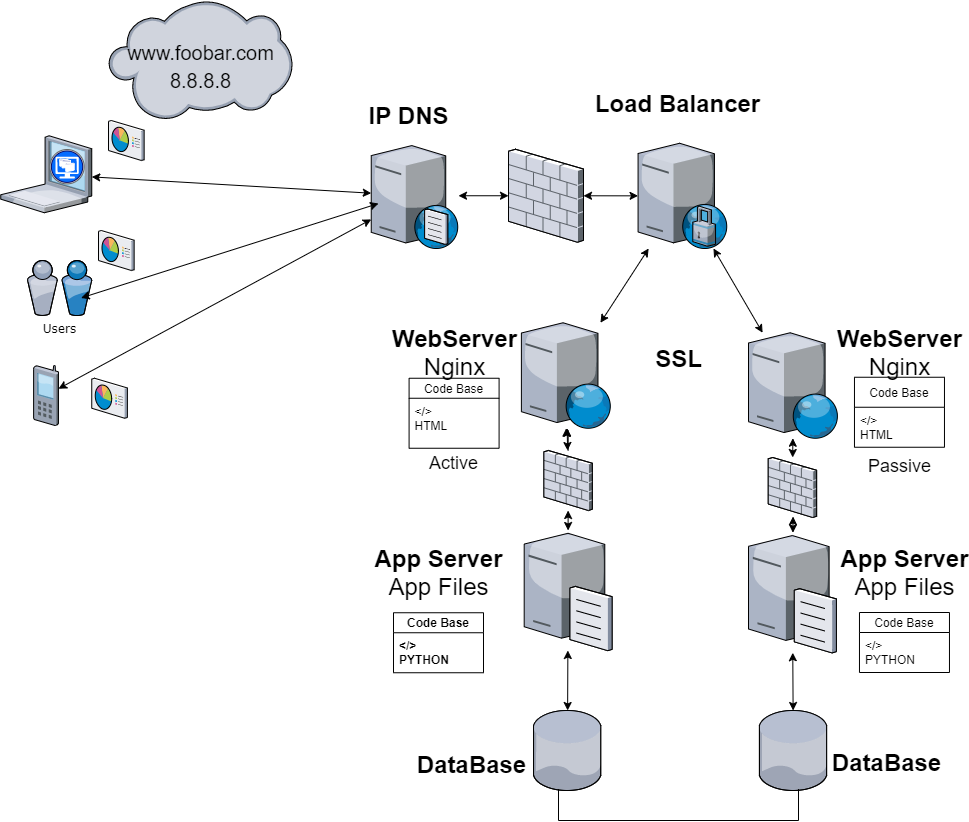
This is 0x09-web_infrastructure_design/2-secured_and_monitored_web_infrastructure.png from Leidysalda/holberton-system_engineering-devops, a draw.io export, as it was before one commit. Source tidied: cells renumbered, new cells last; positions are measured from the earlier drawing's top-left corner, leaving out a move shared by most shapes.
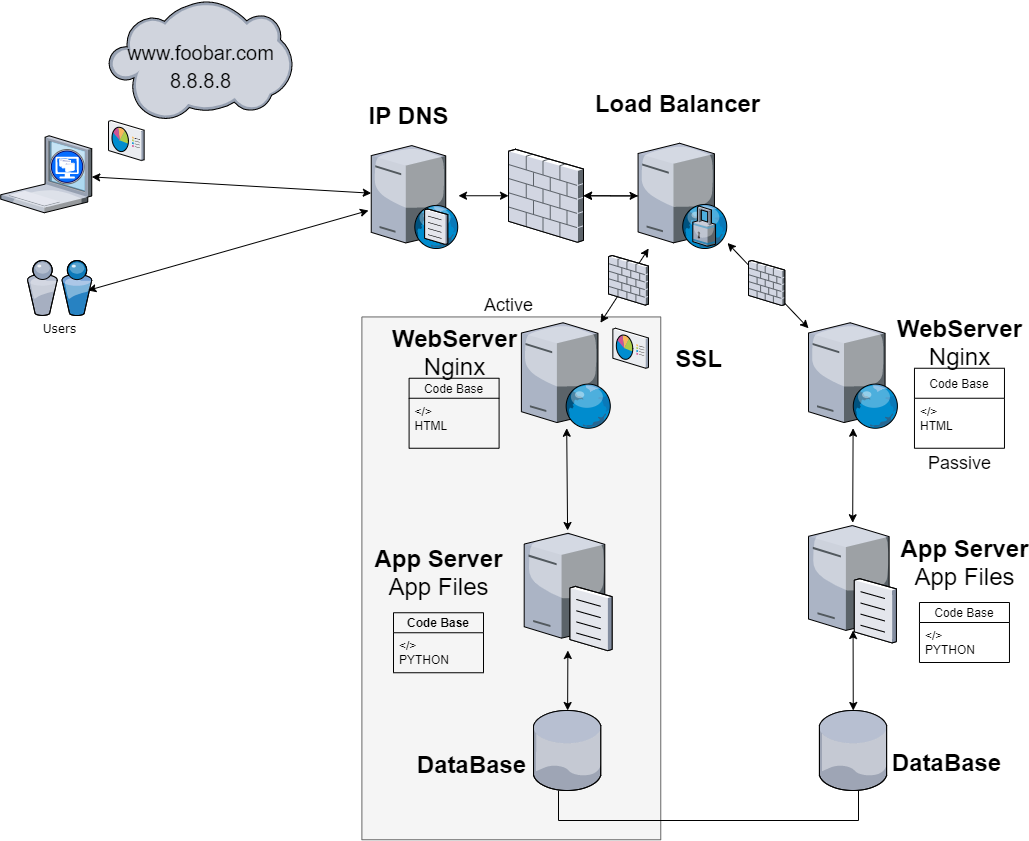
The same file after the commit.

Diff of the diagram source:
```diff
@@ -2,6 +2,9 @@
   <root>
     <mxCell id="0" />
     <mxCell id="1" parent="0" />
+    <mxCell id="55" style="rounded=0;whiteSpace=wrap;html=1;rotation=90;strokeColor=#666666;fillColor=#f5f5f5;fontColor=#333333;" parent="1" vertex="1">
+      <mxGeometry x="249.4" y="428.4" width="522.8" height="298.9" as="geometry" />
+    </mxCell>
     <mxCell id="2" value="Users" style="verticalLabelPosition=bottom;html=1;verticalAlign=top;strokeColor=none;shape=mxgraph.citrix.users;rounded=0;shadow=0;comic=0;fontFamily=Verdana;" parent="1" vertex="1">
       <mxGeometry x="26.8" y="260" width="64.5" height="55" as="geometry" />
     </mxCell>
@@ -36,134 +39,119 @@
       <mxGeometry x="403.6" y="332.2" width="100" height="40" as="geometry" />
     </mxCell>
     <mxCell id="13" style="verticalLabelPosition=bottom;html=1;verticalAlign=top;strokeColor=none;align=center;outlineConnect=0;shape=mxgraph.citrix.web_server;fontColor=none;" parent="1" vertex="1">
-      <mxGeometry x="748" y="332.2" width="89.7" height="105.5" as="geometry" />
+      <mxGeometry x="808" y="322.2" width="89.7" height="105.5" as="geometry" />
     </mxCell>
     <mxCell id="14" value="&lt;span style=&quot;font-weight: normal&quot;&gt;&lt;font style=&quot;font-size: 20px&quot;&gt;www.foobar.com&lt;br&gt;8.8.8.8&lt;br&gt;&lt;/font&gt;&lt;/span&gt;" style="text;strokeColor=none;fillColor=none;html=1;fontSize=24;fontStyle=1;verticalAlign=middle;align=center;" parent="1" vertex="1">
       <mxGeometry x="149.9" y="32.8" width="100" height="64.5" as="geometry" />
     </mxCell>
     <mxCell id="15" value="&lt;font style=&quot;font-weight: normal ; font-size: 18px&quot;&gt;Passive&lt;/font&gt;" style="text;strokeColor=none;fillColor=none;html=1;fontSize=24;fontStyle=1;verticalAlign=middle;align=center;" parent="1" vertex="1">
-      <mxGeometry x="849" y="442.8" width="100" height="40" as="geometry" />
+      <mxGeometry x="909" y="439.8" width="100" height="40" as="geometry" />
     </mxCell>
     <mxCell id="16" style="endArrow=classic;startArrow=classic;html=1;" parent="1" edge="1" source="44" target="20">
       <mxGeometry relative="1" as="geometry" />
     </mxCell>
     <mxCell id="17" value="WebServer&lt;br&gt;&lt;span style=&quot;font-weight: normal&quot;&gt;Nginx&lt;/span&gt;" style="text;strokeColor=none;fillColor=none;html=1;fontSize=24;fontStyle=1;verticalAlign=middle;align=center;" parent="1" vertex="1">
-      <mxGeometry x="849" y="332.2" width="100" height="40" as="geometry" />
+      <mxGeometry x="909" y="322.2" width="100" height="40" as="geometry" />
     </mxCell>
     <mxCell id="18" style="verticalLabelPosition=bottom;html=1;verticalAlign=top;strokeColor=none;align=center;outlineConnect=0;shape=mxgraph.citrix.file_server;fontColor=none;" parent="1" vertex="1">
-      <mxGeometry x="748" y="532.2" width="87.8" height="120" as="geometry" />
+      <mxGeometry x="808" y="522.2" width="87.8" height="120" as="geometry" />
     </mxCell>
     <mxCell id="19" value="App Server&lt;span style=&quot;font-weight: normal&quot;&gt;&lt;br&gt;App Files&lt;/span&gt;" style="text;strokeColor=none;fillColor=none;html=1;fontSize=24;fontStyle=1;verticalAlign=middle;align=center;" parent="1" vertex="1">
-      <mxGeometry x="854" y="552.2" width="100" height="40" as="geometry" />
+      <mxGeometry x="914" y="542.2" width="100" height="40" as="geometry" />
     </mxCell>
+    <mxCell id="56" style="edgeStyle=orthogonalEdgeStyle;rounded=0;jettySize=auto;html=1;" parent="1" edge="1" source="20" target="44">
+      <mxGeometry relative="1" as="geometry" />
+    </mxCell>
     <mxCell id="20" style="verticalLabelPosition=bottom;html=1;verticalAlign=top;strokeColor=none;align=center;outlineConnect=0;shape=mxgraph.citrix.proxy_server;" parent="1" vertex="1">
       <mxGeometry x="637.6" y="142.8" width="89.5" height="105.2" as="geometry" />
     </mxCell>
-    <mxCell id="21" style="endArrow=classic;startArrow=classic;html=1;" parent="1" edge="1" source="13" target="20">
-      <mxGeometry relative="1" as="geometry" />
-    </mxCell>
-    <mxCell id="22" style="endArrow=classic;startArrow=classic;html=1;" parent="1" edge="1" source="4" target="20">
-      <mxGeometry relative="1" as="geometry" />
-    </mxCell>
     <mxCell id="23" value="Load Balancer" style="text;strokeColor=none;fillColor=none;html=1;fontSize=24;fontStyle=1;verticalAlign=middle;align=center;" parent="1" vertex="1">
       <mxGeometry x="627" y="83" width="100" height="40" as="geometry" />
     </mxCell>
-    <mxCell id="24" style="endArrow=classic;startArrow=classic;html=1;" parent="1" edge="1" source="41" target="4">
-      <mxGeometry relative="1" as="geometry" />
-    </mxCell>
-    <mxCell id="25" style="endArrow=classic;startArrow=classic;html=1;" parent="1" edge="1" source="46" target="13">
+    <mxCell id="25" style="endArrow=classic;startArrow=classic;html=1;" parent="1" edge="1" source="18" target="13">
       <mxGeometry relative="1" as="geometry" />
     </mxCell>
     <mxCell id="26" style="verticalLabelPosition=bottom;html=1;verticalAlign=top;strokeColor=none;align=center;outlineConnect=0;shape=mxgraph.citrix.database;fontColor=none;" parent="1" vertex="1">
-      <mxGeometry x="758.8" y="710" width="68" height="80" as="geometry" />
+      <mxGeometry x="818.8" y="710" width="68" height="80" as="geometry" />
     </mxCell>
     <mxCell id="27" value="DataBase" style="text;strokeColor=none;fillColor=none;html=1;fontSize=24;fontStyle=1;verticalAlign=middle;align=center;" parent="1" vertex="1">
-      <mxGeometry x="835.8" y="742" width="100" height="40" as="geometry" />
+      <mxGeometry x="895.8" y="742" width="100" height="40" as="geometry" />
     </mxCell>
-    <mxCell id="28" style="endArrow=classic;startArrow=classic;html=1;" parent="1" edge="1" source="18" target="26">
-      <mxGeometry relative="1" as="geometry" />
-    </mxCell>
     <mxCell id="29" value="App Server&lt;span style=&quot;font-weight: normal&quot;&gt;&lt;br&gt;App Files&lt;/span&gt;" style="text;strokeColor=none;fillColor=none;html=1;fontSize=24;fontStyle=1;verticalAlign=middle;align=center;" parent="1" vertex="1">
       <mxGeometry x="388" y="552.2" width="100" height="40" as="geometry" />
     </mxCell>
-    <mxCell id="30" value="Code Base" style="swimlane;fontStyle=0;horizontal=1;startSize=20;fillColor=none;" parent="1" vertex="1">
-      <mxGeometry x="859" y="612" width="90" height="60" as="geometry" />
-    </mxCell>
-    <mxCell id="31" value="&lt;/&gt;&#10;PYTHON" style="text;strokeColor=none;fillColor=none;align=left;verticalAlign=top;spacingLeft=4;spacingRight=4;overflow=hidden;" parent="30" vertex="1">
-      <mxGeometry y="20" width="90" height="40" as="geometry" />
-    </mxCell>
     <mxCell id="32" value="Code Base" style="swimlane;fontStyle=0;horizontal=1;startSize=20;fillColor=none;" parent="1" vertex="1">
       <mxGeometry x="408.6" y="377.8" width="90" height="70" as="geometry" />
     </mxCell>
-    <mxCell id="33" value="&lt;/&gt;&#10;HTML" style="text;strokeColor=none;fillColor=none;align=left;verticalAlign=top;spacingLeft=4;spacingRight=4;overflow=hidden;" parent="32" vertex="1">
+    <mxCell id="33" value="&lt;/&gt;&#10;HTML&#10;" style="text;strokeColor=none;fillColor=none;align=left;verticalAlign=top;spacingLeft=4;spacingRight=4;overflow=hidden;" parent="32" vertex="1">
       <mxGeometry y="20" width="90" height="50" as="geometry" />
     </mxCell>
     <mxCell id="34" value="&lt;font style=&quot;font-weight: normal ; font-size: 18px&quot;&gt;Active&lt;/font&gt;" style="text;strokeColor=none;fillColor=none;html=1;fontSize=24;fontStyle=1;verticalAlign=middle;align=center;" parent="1" vertex="1">
-      <mxGeometry x="402.5" y="440" width="100" height="40" as="geometry" />
+      <mxGeometry x="458" y="282.2" width="100" height="40" as="geometry" />
     </mxCell>
     <mxCell id="35" value="Code Base" style="swimlane;fontStyle=1;horizontal=1;startSize=20;fillColor=none;" parent="1" vertex="1">
       <mxGeometry x="393" y="612.2" width="90" height="60" as="geometry" />
     </mxCell>
-    <mxCell id="36" value="&lt;/&gt;&#10;PYTHON" style="text;strokeColor=none;fillColor=none;align=left;verticalAlign=top;spacingLeft=4;spacingRight=4;overflow=hidden;fontStyle=1;" parent="35" vertex="1">
+    <mxCell id="36" value="&lt;/&gt;&#10;PYTHON" style="text;strokeColor=none;fillColor=none;align=left;verticalAlign=top;spacingLeft=4;spacingRight=4;overflow=hidden;fontStyle=0;" parent="35" vertex="1">
       <mxGeometry y="20" width="90" height="40" as="geometry" />
     </mxCell>
+    <mxCell id="39" style="shape=partialRectangle;whiteSpace=wrap;html=1;bottom=1;right=1;left=1;top=0;fillColor=none;routingCenterX=-0.5;" parent="1" vertex="1">
+      <mxGeometry x="558" y="790" width="300" height="30" as="geometry" />
+    </mxCell>
+    <mxCell id="42" style="endArrow=classic;startArrow=classic;html=1;" parent="1" edge="1" source="8" target="4">
+      <mxGeometry relative="1" as="geometry" />
+    </mxCell>
+    <mxCell id="44" style="verticalLabelPosition=bottom;html=1;verticalAlign=top;strokeColor=none;align=center;outlineConnect=0;shape=mxgraph.citrix.firewall;" parent="1" vertex="1">
+      <mxGeometry x="508" y="148.8" width="75" height="93" as="geometry" />
+    </mxCell>
+    <mxCell id="45" style="endArrow=classic;startArrow=classic;html=1;" parent="1" edge="1" source="6" target="44">
+      <mxGeometry relative="1" as="geometry" />
+    </mxCell>
+    <mxCell id="47" value="SSL" style="text;strokeColor=none;fillColor=none;html=1;fontSize=24;fontStyle=1;verticalAlign=middle;align=center;" parent="1" vertex="1">
+      <mxGeometry x="648" y="337.8" width="100" height="40" as="geometry" />
+    </mxCell>
+    <mxCell id="48" style="verticalLabelPosition=bottom;html=1;verticalAlign=top;strokeColor=none;align=center;shape=mxgraph.citrix.reporting;" parent="1" vertex="1">
+      <mxGeometry x="108" y="120" width="35.6" height="40" as="geometry" />
+    </mxCell>
+    <mxCell id="50" style="verticalLabelPosition=bottom;html=1;verticalAlign=top;strokeColor=none;align=center;shape=mxgraph.citrix.reporting;" parent="1" vertex="1">
+      <mxGeometry x="612.4" y="327.8" width="35.6" height="40" as="geometry" />
+    </mxCell>
+    <mxCell id="52" style="endArrow=classic;startArrow=classic;html=1;" parent="1" edge="1" source="3" target="6">
+      <mxGeometry relative="1" as="geometry" />
+    </mxCell>
+    <mxCell id="53" style="endArrow=classic;startArrow=classic;html=1;exitX=0.939;exitY=0.545;exitDx=0;exitDy=0;exitPerimeter=0;" parent="1" edge="1" source="2">
+      <mxGeometry relative="1" as="geometry">
+        <mxPoint x="368" y="210" as="targetPoint" />
+      </mxGeometry>
+    </mxCell>
+    <mxCell id="30" value="Code Base" style="swimlane;fontStyle=0;horizontal=1;startSize=20;fillColor=none;" parent="1" vertex="1">
+      <mxGeometry x="919" y="602" width="90" height="60" as="geometry" />
+    </mxCell>
+    <mxCell id="31" value="&lt;/&gt;&#10;PYTHON" style="text;strokeColor=none;fillColor=none;align=left;verticalAlign=top;spacingLeft=4;spacingRight=4;overflow=hidden;" parent="30" vertex="1">
+      <mxGeometry y="20" width="90" height="40" as="geometry" />
+    </mxCell>
     <mxCell id="37" value="Code Base" style="swimlane;fontStyle=0;horizontal=1;startSize=30;fillColor=none;" parent="1" vertex="1">
-      <mxGeometry x="854" y="376.8" width="90" height="70" as="geometry" />
+      <mxGeometry x="914" y="367.8" width="90" height="80" as="geometry" />
     </mxCell>
     <mxCell id="38" value="&lt;/&gt;&#10;HTML" style="text;strokeColor=none;fillColor=none;align=left;verticalAlign=top;spacingLeft=4;spacingRight=4;overflow=hidden;" parent="37" vertex="1">
-      <mxGeometry y="30" width="90" height="40" as="geometry" />
+      <mxGeometry y="30" width="90" height="50" as="geometry" />
     </mxCell>
-    <mxCell id="39" style="shape=partialRectangle;whiteSpace=wrap;html=1;bottom=1;right=1;left=1;top=0;fillColor=none;routingCenterX=-0.5;" parent="1" vertex="1">
-      <mxGeometry x="558" y="788.5" width="240" height="31.5" as="geometry" />
-    </mxCell>
-    <mxCell id="40" style="edgeStyle=orthogonalEdgeStyle;rounded=0;jettySize=auto;html=1;" parent="1" edge="1" source="41" target="4">
-      <mxGeometry relative="1" as="geometry" />
-    </mxCell>
+    <mxCell id="57" style="endArrow=classic;startArrow=classic;html=1;fontColor=none;" parent="1" edge="1" source="26">
+      <mxGeometry relative="1" as="geometry">
+        <mxPoint x="852.6" y="630" as="targetPoint" />
+      </mxGeometry>
+    </mxCell>
+    <mxCell id="22" style="endArrow=classic;startArrow=classic;html=1;" parent="1" edge="1" source="4" target="20">
+      <mxGeometry relative="1" as="geometry" />
+    </mxCell>
     <mxCell id="41" style="verticalLabelPosition=bottom;html=1;verticalAlign=top;strokeColor=none;align=center;outlineConnect=0;shape=mxgraph.citrix.firewall;" parent="1" vertex="1">
-      <mxGeometry x="543.4" y="450" width="48.4" height="60" as="geometry" />
+      <mxGeometry x="608" y="255" width="40" height="49.6" as="geometry" />
     </mxCell>
-    <mxCell id="42" style="endArrow=classic;startArrow=classic;html=1;" parent="1" edge="1" source="8" target="41">
-      <mxGeometry relative="1" as="geometry" />
-    </mxCell>
-    <mxCell id="43" style="endArrow=classic;startArrow=classic;html=1;" parent="1" edge="1" source="18">
-      <mxGeometry relative="1" as="geometry">
-        <mxPoint x="792.5" y="516" as="targetPoint" />
-      </mxGeometry>
-    </mxCell>
-    <mxCell id="44" style="verticalLabelPosition=bottom;html=1;verticalAlign=top;strokeColor=none;align=center;outlineConnect=0;shape=mxgraph.citrix.firewall;" parent="1" vertex="1">
-      <mxGeometry x="508" y="148.8" width="75" height="93" as="geometry" />
-    </mxCell>
-    <mxCell id="45" style="endArrow=classic;startArrow=classic;html=1;" parent="1" edge="1" source="6" target="44">
-      <mxGeometry relative="1" as="geometry" />
-    </mxCell>
-    <mxCell id="46" style="verticalLabelPosition=bottom;html=1;verticalAlign=top;strokeColor=none;align=center;outlineConnect=0;shape=mxgraph.citrix.firewall;" parent="1" vertex="1">
-      <mxGeometry x="767.7" y="457" width="48.4" height="60" as="geometry" />
-    </mxCell>
-    <mxCell id="47" value="SSL" style="text;strokeColor=none;fillColor=none;html=1;fontSize=24;fontStyle=1;verticalAlign=middle;align=center;" parent="1" vertex="1">
-      <mxGeometry x="628" y="337.8" width="100" height="40" as="geometry" />
-    </mxCell>
-    <mxCell id="48" style="verticalLabelPosition=bottom;html=1;verticalAlign=top;strokeColor=none;align=center;shape=mxgraph.citrix.reporting;" parent="1" vertex="1">
-      <mxGeometry x="108" y="120" width="35.6" height="40" as="geometry" />
-    </mxCell>
-    <mxCell id="49" style="verticalLabelPosition=bottom;html=1;verticalAlign=top;strokeColor=none;align=center;shape=mxgraph.citrix.reporting;" parent="1" vertex="1">
-      <mxGeometry x="98" y="230" width="35.6" height="40" as="geometry" />
-    </mxCell>
-    <mxCell id="50" style="verticalLabelPosition=bottom;html=1;verticalAlign=top;strokeColor=none;align=center;shape=mxgraph.citrix.reporting;" parent="1" vertex="1">
-      <mxGeometry x="91.2" y="377.8" width="35.6" height="40" as="geometry" />
-    </mxCell>
-    <mxCell id="51" style="verticalLabelPosition=bottom;html=1;verticalAlign=top;strokeColor=none;align=center;outlineConnect=0;shape=mxgraph.citrix.cell_phone;" parent="1" vertex="1">
-      <mxGeometry x="33" y="365" width="25" height="60" as="geometry" />
-    </mxCell>
-    <mxCell id="52" style="endArrow=classic;startArrow=classic;html=1;" parent="1" edge="1" source="3" target="6">
-      <mxGeometry relative="1" as="geometry" />
-    </mxCell>
-    <mxCell id="53" style="endArrow=classic;startArrow=classic;html=1;exitX=0.834;exitY=0.681;exitDx=0;exitDy=0;exitPerimeter=0;" parent="1" edge="1" source="2">
-      <mxGeometry relative="1" as="geometry">
-        <mxPoint x="378" y="203" as="targetPoint" />
-      </mxGeometry>
-    </mxCell>
-    <mxCell id="54" style="endArrow=classic;startArrow=classic;html=1;" parent="1" edge="1" source="51" target="6">
-      <mxGeometry relative="1" as="geometry" />
-    </mxCell>
+    <mxCell id="58" style="endArrow=classic;startArrow=classic;html=1;" parent="1" edge="1" source="20" target="13">
+      <mxGeometry relative="1" as="geometry" />
+    </mxCell>
+    <mxCell id="59" style="verticalLabelPosition=bottom;html=1;verticalAlign=top;strokeColor=none;align=center;shape=mxgraph.citrix.firewall;" parent="1" vertex="1">
+      <mxGeometry x="748" y="260" width="36.3" height="45" as="geometry" />
+    </mxCell>
   </root>
 </mxGraphModel>
```
